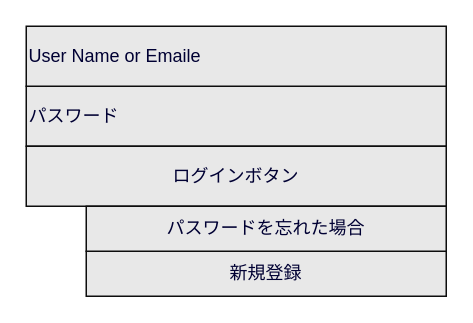
Before: page "ログイン" (3 of 11) of doc/screen.dio in missyu3/our_trip, a draw.io diagram. Source tidied: cells renumbered, new cells numbered last; positions are measured from the earlier drawing's top-left corner, leaving out a move shared by most shapes. Both pictures are drawn from the tidied source at 150%, with x=0, y=0 at pixel (26, 26).
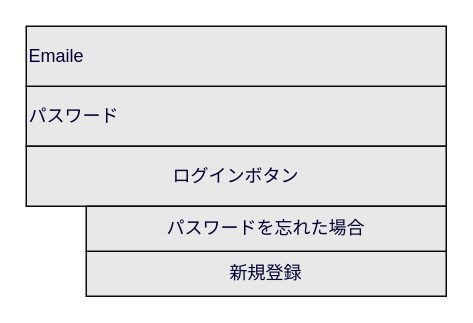
Above is the later version.

Diff of the diagram source:
```diff
@@
 <mxGraphModel>
   <root>
     <mxCell id="0" />
     <mxCell id="1" parent="0" />
     <mxCell id="2" value="パスワード" style="rounded=0;whiteSpace=wrap;html=1;fillColor=#E8E8E8;fontColor=#000033;strokeColor=#0D0D0D;align=left;" parent="1" vertex="1">
       <mxGeometry y="40" width="280" height="40" as="geometry" />
     </mxCell>
-    <mxCell id="3" value="User Name or Emaile" style="rounded=0;whiteSpace=wrap;html=1;fillColor=#E8E8E8;fontColor=#000033;strokeColor=#0D0D0D;align=left;" parent="1" vertex="1">
+    <mxCell id="3" value="Emaile" style="rounded=0;whiteSpace=wrap;html=1;fillColor=#E8E8E8;fontColor=#000033;strokeColor=#0D0D0D;align=left;" parent="1" vertex="1">
       <mxGeometry width="280" height="40" as="geometry" />
     </mxCell>
     <mxCell id="4" value="ログインボタン" style="rounded=0;whiteSpace=wrap;html=1;fillColor=#E8E8E8;fontColor=#000033;strokeColor=#0D0D0D;" parent="1" vertex="1">
       <mxGeometry y="80" width="280" height="40" as="geometry" />
     </mxCell>
     <mxCell id="5" value="新規登録" style="rounded=0;whiteSpace=wrap;html=1;fillColor=#E8E8E8;fontColor=#000033;strokeColor=#0D0D0D;" parent="1" vertex="1">
       <mxGeometry x="40" y="150" width="240" height="30" as="geometry" />
     </mxCell>
     <mxCell id="6" value="パスワードを忘れた場合" style="rounded=0;whiteSpace=wrap;html=1;fillColor=#E8E8E8;fontColor=#000033;strokeColor=#0D0D0D;" parent="1" vertex="1">
       <mxGeometry x="40" y="120" width="240" height="30" as="geometry" />
     </mxCell>
   </root>
 </mxGraphModel>
```
